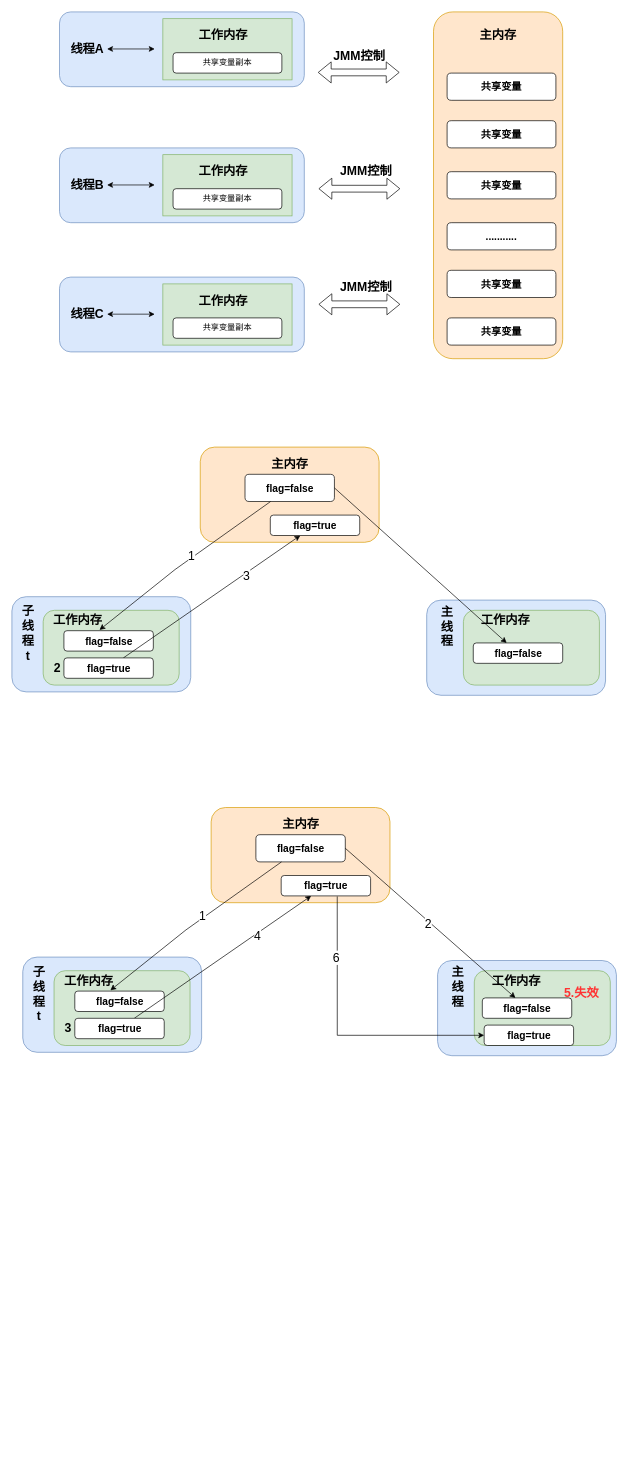
This is JUC并发编程.drawio from pkqzyh/pkqzyh.github.io, a draw.io file, before an edit. Source tidied: cells renumbered, new cells numbered last; positions are measured from the earlier drawing's top-left corner, leaving out a move shared by most shapes. Both pictures are drawn from the tidied source at 68%, with x=0, y=0 at pixel (12, 12).
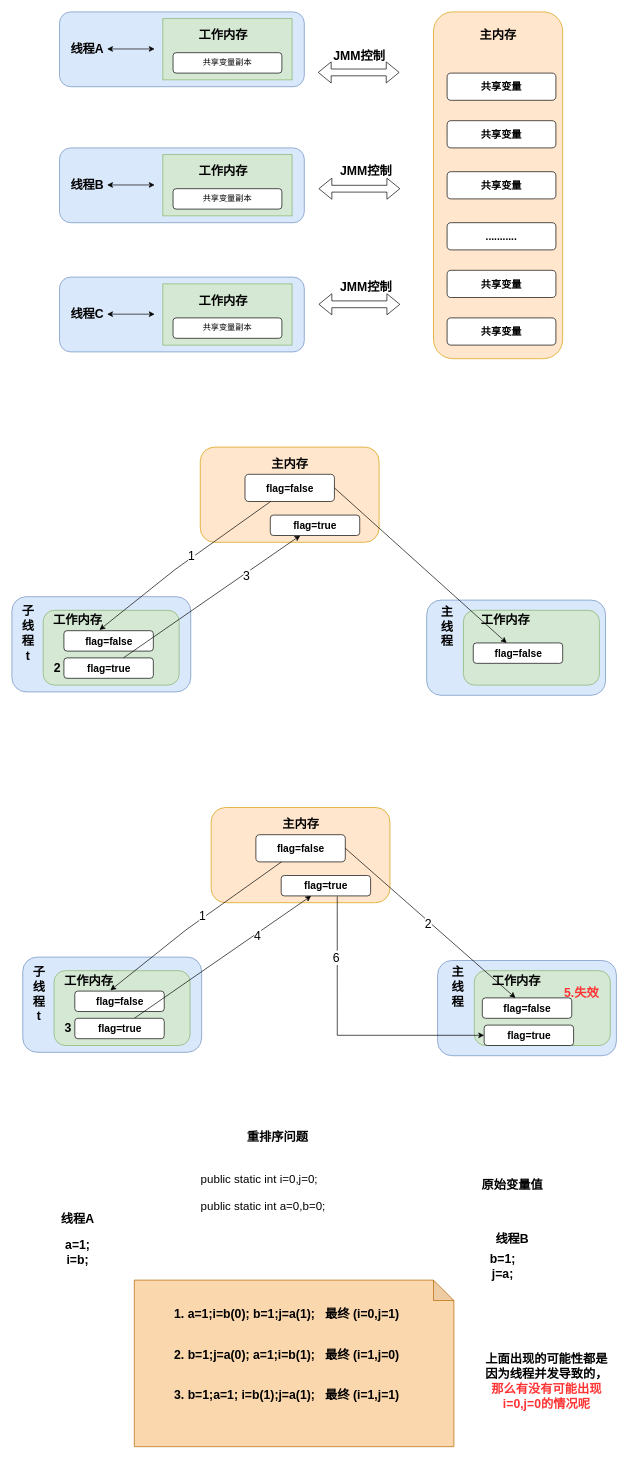
The same page after the edit.

Commit message:
更新JUC并发编程.drawio

Change to the diagram source:
```diff
@@
+    <mxCell id="81" style="shape=note;whiteSpace=wrap;html=1;backgroundOutline=1;darkOpacity=0.05;fillColor=#fad7ac;strokeColor=#b46504;" parent="1" vertex="1">
+      <mxGeometry x="180" y="1865" width="470" height="245" as="geometry" />
+    </mxCell>
@@
+    <mxCell id="82" value="&lt;font style=&quot;font-size: 17px;&quot;&gt;public static  int i=0,j=0;&lt;br/&gt;&lt;br&gt;    public static   int a=0,b=0;&lt;/font&gt;" style="text;whiteSpace=wrap;html=1;" parent="1" vertex="1">
+      <mxGeometry x="276" y="1700" width="280" height="70" as="geometry" />
+    </mxCell>
+    <mxCell id="83" value="&lt;b style=&quot;font-size: 18px;&quot;&gt;&lt;font style=&quot;font-size: 18px;&quot;&gt;重排序问题&lt;/font&gt;&lt;/b&gt;" style="text;html=1;align=center;verticalAlign=middle;whiteSpace=wrap;rounded=0;fontSize=18;" parent="1" vertex="1">
+      <mxGeometry x="340" y="1640" width="102" height="30" as="geometry" />
+    </mxCell>
+    <mxCell id="84" value="&lt;b style=&quot;font-size: 18px;&quot;&gt;&lt;font style=&quot;font-size: 18px;&quot;&gt;原始变量值&lt;/font&gt;&lt;/b&gt;" style="text;html=1;align=center;verticalAlign=middle;whiteSpace=wrap;rounded=0;fontSize=18;" parent="1" vertex="1">
+      <mxGeometry x="685" y="1710" width="102" height="30" as="geometry" />
+    </mxCell>
+    <mxCell id="85" value="&lt;b style=&quot;font-size: 18px;&quot;&gt;&lt;font style=&quot;font-size: 18px;&quot;&gt;线程A&lt;/font&gt;&lt;/b&gt;" style="text;html=1;align=center;verticalAlign=middle;whiteSpace=wrap;rounded=0;fontSize=18;" parent="1" vertex="1">
+      <mxGeometry x="46" y="1760" width="102" height="30" as="geometry" />
+    </mxCell>
+    <mxCell id="86" value="&lt;b style=&quot;font-size: 18px;&quot;&gt;&lt;font style=&quot;font-size: 18px;&quot;&gt;线程B&lt;/font&gt;&lt;/b&gt;" style="text;html=1;align=center;verticalAlign=middle;whiteSpace=wrap;rounded=0;fontSize=18;" parent="1" vertex="1">
+      <mxGeometry x="685" y="1790" width="102" height="30" as="geometry" />
+    </mxCell>
+    <mxCell id="87" value="&lt;b style=&quot;font-size: 18px;&quot;&gt;&lt;font style=&quot;font-size: 18px;&quot;&gt;a=1;&lt;/font&gt;&lt;/b&gt;&lt;div&gt;&lt;b style=&quot;font-size: 18px;&quot;&gt;&lt;font style=&quot;font-size: 18px;&quot;&gt;i=b;&lt;/font&gt;&lt;/b&gt;&lt;/div&gt;" style="text;html=1;align=center;verticalAlign=middle;whiteSpace=wrap;rounded=0;fontSize=18;" parent="1" vertex="1">
+      <mxGeometry x="46" y="1810" width="102" height="30" as="geometry" />
+    </mxCell>
+    <mxCell id="88" value="&lt;b style=&quot;font-size: 18px;&quot;&gt;&lt;font style=&quot;font-size: 18px;&quot;&gt;b=1;&lt;/font&gt;&lt;/b&gt;&lt;div&gt;&lt;b style=&quot;font-size: 18px;&quot;&gt;&lt;font style=&quot;font-size: 18px;&quot;&gt;j=a;&lt;/font&gt;&lt;/b&gt;&lt;/div&gt;" style="text;html=1;align=center;verticalAlign=middle;whiteSpace=wrap;rounded=0;fontSize=18;" parent="1" vertex="1">
+      <mxGeometry x="671" y="1830" width="102" height="30" as="geometry" />
+    </mxCell>
+    <mxCell id="89" value="&lt;b style=&quot;font-size: 18px;&quot;&gt;&lt;font style=&quot;font-size: 18px;&quot;&gt;1. a=1;i=b(0); b=1;j=a(1);&amp;nbsp; &amp;nbsp;最终 (i=0,j=1)&lt;/font&gt;&lt;/b&gt;" style="text;html=1;align=center;verticalAlign=middle;whiteSpace=wrap;rounded=0;fontSize=18;" parent="1" vertex="1">
+      <mxGeometry x="208" y="1900" width="393" height="30" as="geometry" />
+    </mxCell>
+    <mxCell id="90" value="&lt;b style=&quot;font-size: 18px;&quot;&gt;&lt;font style=&quot;font-size: 18px;&quot;&gt;2. b=1;j=a(0); a=1;i=b(1);&amp;nbsp; &amp;nbsp;最终 (i=1,j=0)&lt;/font&gt;&lt;/b&gt;" style="text;html=1;align=center;verticalAlign=middle;whiteSpace=wrap;rounded=0;fontSize=18;" parent="1" vertex="1">
+      <mxGeometry x="208" y="1960" width="393" height="30" as="geometry" />
+    </mxCell>
+    <mxCell id="91" value="&lt;b style=&quot;font-size: 18px;&quot;&gt;&lt;font style=&quot;font-size: 18px;&quot;&gt;3. b=1;a=1; i=b(1);j=a(1);&amp;nbsp; &amp;nbsp;最终 (i=1,j=1)&lt;/font&gt;&lt;/b&gt;" style="text;html=1;align=center;verticalAlign=middle;whiteSpace=wrap;rounded=0;fontSize=18;" parent="1" vertex="1">
+      <mxGeometry x="208" y="2020" width="393" height="30" as="geometry" />
+    </mxCell>
+    <mxCell id="92" value="&lt;b style=&quot;font-size: 18px;&quot;&gt;&lt;font style=&quot;font-size: 18px;&quot;&gt;上面出现的可能性都是因为线程并发导致的，&lt;font color=&quot;#ff3333&quot;&gt;那么有没有可能出现i=0,j=0的情况呢&lt;/font&gt;&lt;/font&gt;&lt;/b&gt;" style="text;html=1;align=center;verticalAlign=middle;whiteSpace=wrap;rounded=0;fontSize=18;" parent="1" vertex="1">
+      <mxGeometry x="693.2" y="1960" width="186.8" height="110" as="geometry" />
+    </mxCell>
```
